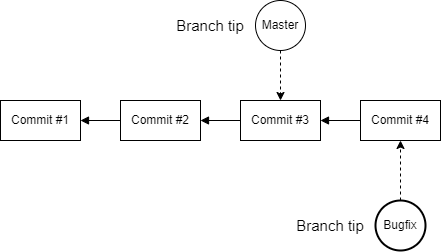
Above: Assets/images/git-branch-overview.png in braboj/tutorial-git (draw.io), before the change. Source tidied: cells renumbered, new cells last; positions are measured from the earlier drawing's top-left corner, leaving out a move shared by most shapes.
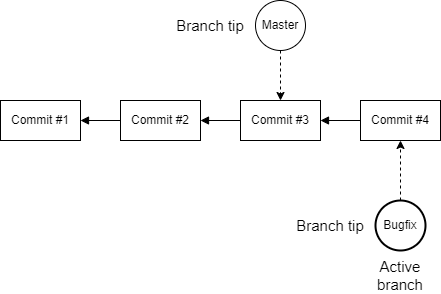
Later version of the same file.

What changed in the source:
```diff
@@ -41,5 +41,8 @@
     <mxCell id="14" value="Branch tip" style="text;html=1;strokeColor=none;fillColor=none;align=center;verticalAlign=middle;whiteSpace=wrap;rounded=0;sketch=1;fontFamily=Helvetica;fontSize=15;" parent="1" vertex="1">
       <mxGeometry x="290" y="210" width="80" height="30" as="geometry" />
     </mxCell>
+    <mxCell id="15" value="Active branch" style="text;html=1;strokeColor=none;fillColor=none;align=center;verticalAlign=middle;whiteSpace=wrap;rounded=0;sketch=1;fontFamily=Helvetica;fontSize=15;" parent="1" vertex="1">
+      <mxGeometry x="360" y="260" width="80" height="30" as="geometry" />
+    </mxCell>
   </root>
 </mxGraphModel>
```
